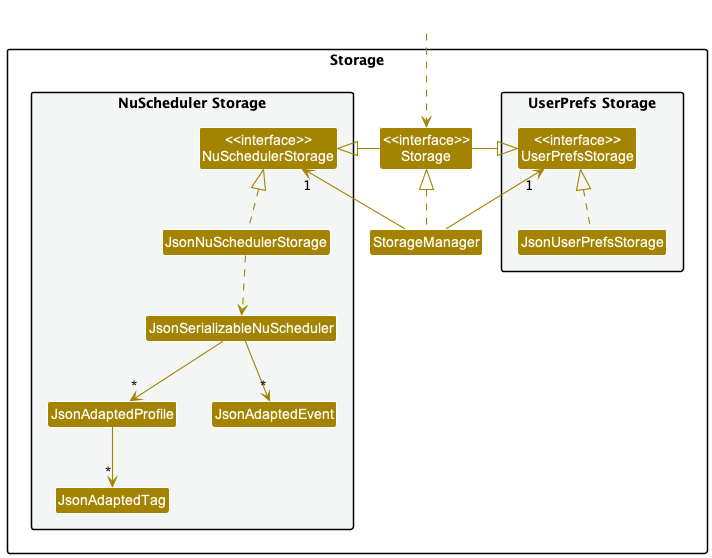
nus-cs2103-AY2223S1/tp keeps this PlantUML diagram as docs/images/StorageClassDiagram.png. Above is the earlier version.
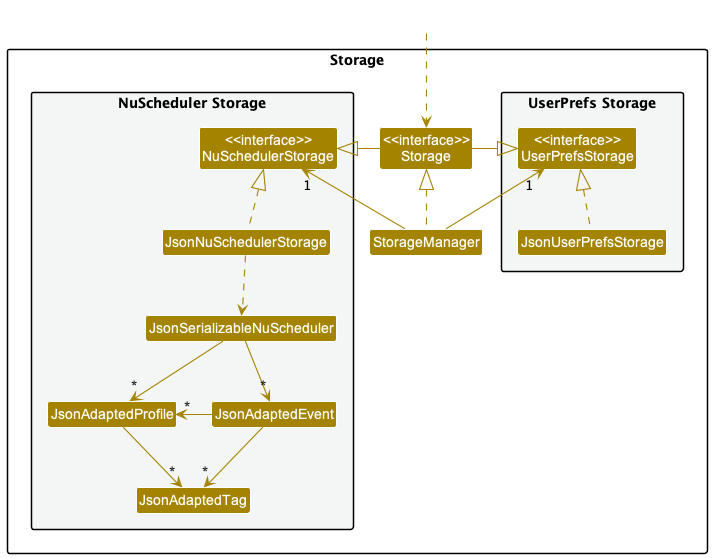
Later version of the same file.

What changed in the source:
```diff
@@ -41,5 +41,7 @@
 JsonSerializableNuScheduler --> "*" JsonAdaptedProfile
 JsonSerializableNuScheduler --> "*" JsonAdaptedEvent
 JsonAdaptedProfile --> "*" JsonAdaptedTag
+JsonAdaptedEvent --> "*" JsonAdaptedTag
+JsonAdaptedEvent -left-> "*" JsonAdaptedProfile
 
 @enduml
```
